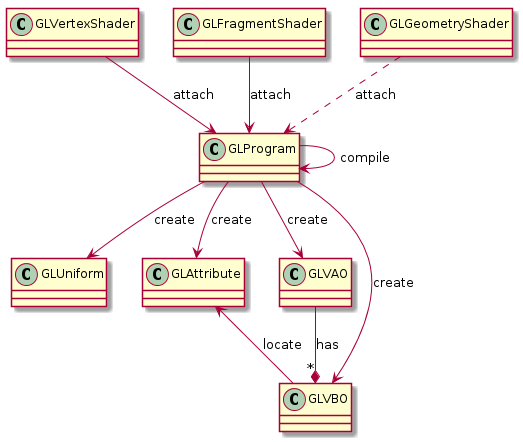
Above: doc/uml/opengl_compo.png in Lecrapouille/SimTaDyn (PlantUML), before the change.
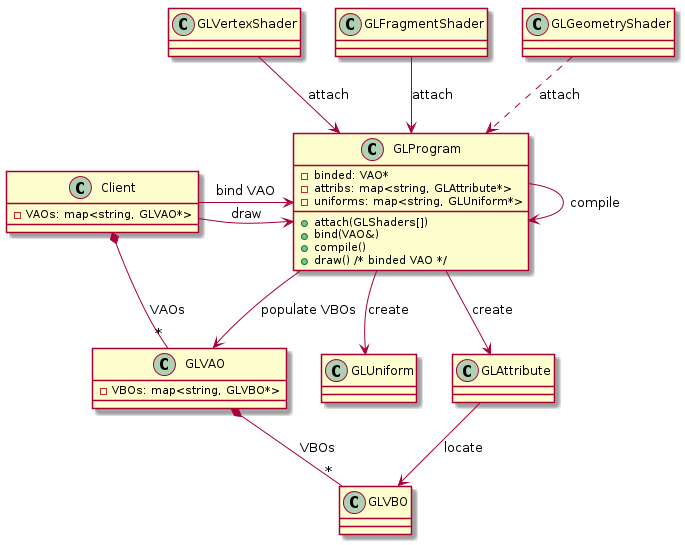
After the change.

What changed in the source:
```diff
@@ -4,10 +4,23 @@
 class GLVertexShader
 class GLFragmentShader
 class GLGeometryShader
-class GLProgram
+class GLProgram {
+-binded: VAO*
+-attribs: map<string, GLAttribute*>
+-uniforms: map<string, GLUniform*>
++attach(GLShaders[])
++bind(VAO&)
++compile()
++draw() /* binded VAO */
+}
 class GLUniform
 class GLAttribute
-class GLVAO
+class GLVAO {
+-VBOs: map<string, GLVBO*>
+}
+class Client {
+-VAOs: map<string, GLVAO*>
+}
 class GLVBO
 
 GLVertexShader --> GLProgram : attach
@@ -15,14 +28,16 @@
 GLGeometryShader ..> GLProgram : attach
 
 GLProgram -> GLProgram : compile
+GLProgram --> GLAttribute: create
+GLProgram --> GLUniform :  create
 
-GLProgram --> GLUniform :  create
-GLProgram --> GLAttribute: create
-GLProgram --> GLVAO: create
-GLProgram --> GLVBO: create
+GLAttribute --> GLVBO: locate
 
-GLAttribute <-- GLVBO: locate
-GLVAO --* "*" GLVBO: has
+Client *-- "*" GLVAO: VAOs
+GLVAO *-- "*" GLVBO: VBOs
+Client -> GLProgram: bind VAO
+Client -> GLProgram: draw
+GLProgram --> GLVAO: populate VBOs
 
 
 @enduml
```
